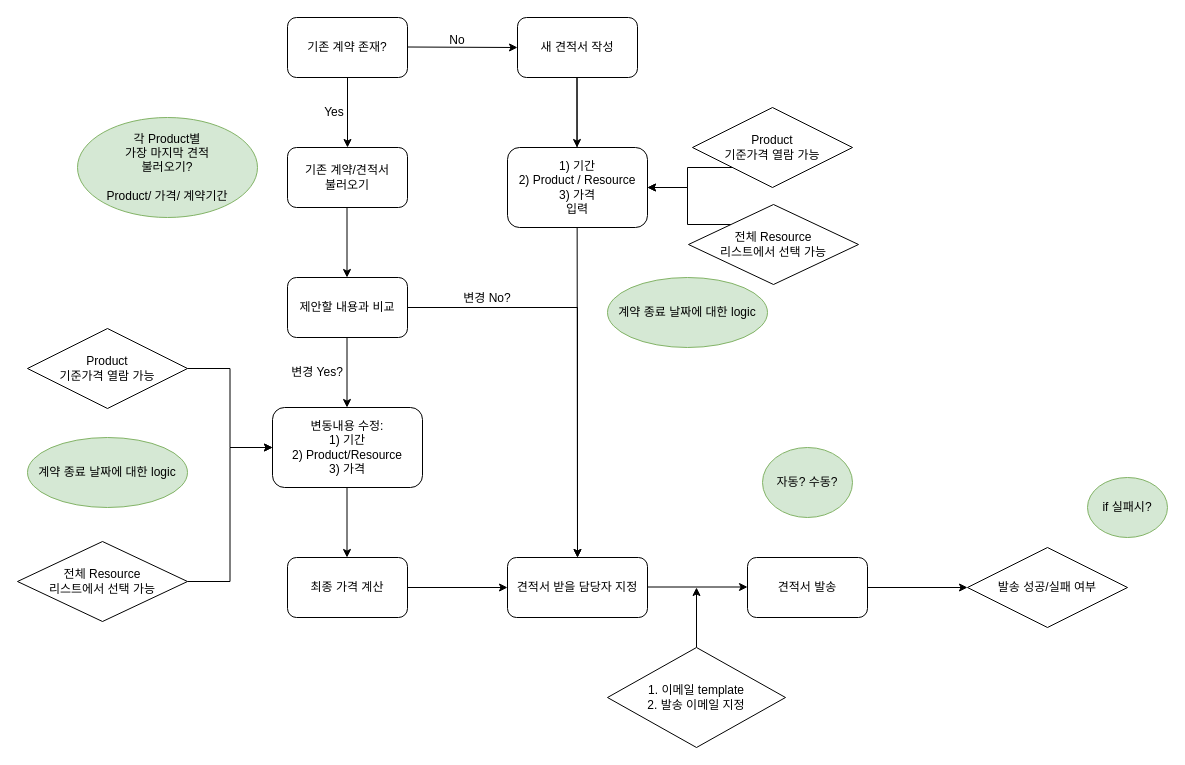
Earlier version of the draw.io diagram page "견적서_process" (7 of 7) of cknet 오브젝트 및 프로세스.drawio (cknet-saleforce/newyork). Source tidied: cells renumbered, new cells numbered last; positions are measured from the earlier drawing's top-left corner, leaving out a move shared by most shapes. Both pictures are drawn from the tidied source at 100%, with x=0, y=0 at pixel (17, 17).
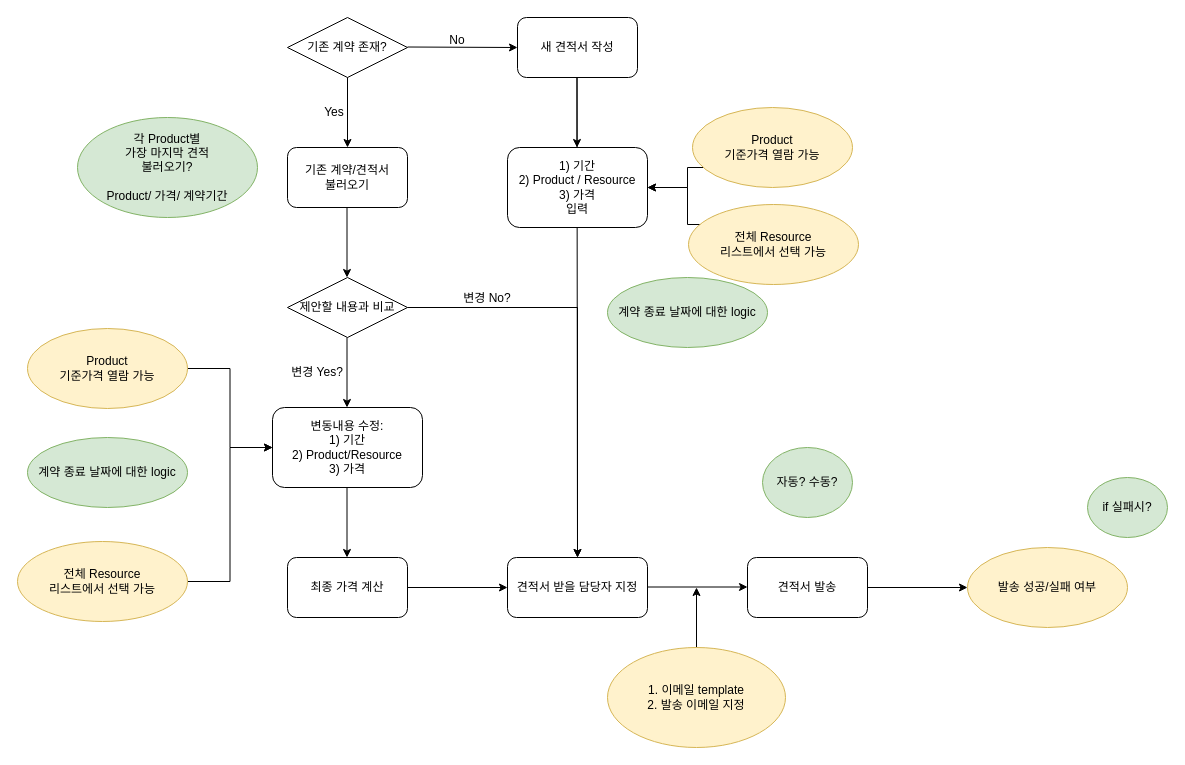
The same page after the edit.

Commit message:
순서도 style 수정

Diff of the diagram source:
```diff
@@
-    <mxCell id="2" value="기존 계약 존재?" style="rounded=1;whiteSpace=wrap;html=1;" parent="1" vertex="1">
+    <mxCell id="2" value="기존 계약 존재?" style="rhombus;whiteSpace=wrap;html=1;" parent="1" vertex="1">
       <mxGeometry x="270" width="120" height="60" as="geometry" />
     </mxCell>
@@
-    <mxCell id="4" value="제안할 내용과 비교" style="rounded=1;whiteSpace=wrap;html=1;" parent="1" vertex="1">
+    <mxCell id="4" value="제안할 내용과 비교" style="rhombus;whiteSpace=wrap;html=1;" parent="1" vertex="1">
       <mxGeometry x="270" y="260" width="120" height="60" as="geometry" />
     </mxCell>
@@
-    <mxCell id="28" value="Product&lt;br&gt;기준가격 열람 가능" style="rhombus;whiteSpace=wrap;html=1;" parent="1" vertex="1">
+    <mxCell id="28" value="Product&lt;br&gt;기준가격 열람 가능" style="ellipse;whiteSpace=wrap;html=1;fillColor=#fff2cc;strokeColor=#d6b656;" parent="1" vertex="1">
       <mxGeometry x="10" y="311" width="160" height="80" as="geometry" />
     </mxCell>
@@
-    <mxCell id="30" value="전체 Resource&lt;br&gt;리스트에서 선택 가능" style="rhombus;whiteSpace=wrap;html=1;" parent="1" vertex="1">
+    <mxCell id="30" value="전체 Resource&lt;br&gt;리스트에서 선택 가능" style="ellipse;whiteSpace=wrap;html=1;fillColor=#fff2cc;strokeColor=#d6b656;" parent="1" vertex="1">
       <mxGeometry y="524" width="170" height="80" as="geometry" />
     </mxCell>
@@
-    <mxCell id="32" value="1. 이메일 template&lt;br&gt;2. 발송 이메일 지정" style="rhombus;whiteSpace=wrap;html=1;" parent="1" vertex="1">
+    <mxCell id="32" value="1. 이메일 template&lt;br&gt;2. 발송 이메일 지정" style="ellipse;whiteSpace=wrap;html=1;fillColor=#fff2cc;strokeColor=#d6b656;" parent="1" vertex="1">
       <mxGeometry x="590" y="630" width="178" height="100" as="geometry" />
     </mxCell>
-    <mxCell id="33" value="발송 성공/실패 여부" style="rhombus;whiteSpace=wrap;html=1;" parent="1" vertex="1">
+    <mxCell id="33" value="발송 성공/실패 여부" style="ellipse;whiteSpace=wrap;html=1;fillColor=#fff2cc;strokeColor=#d6b656;" parent="1" vertex="1">
       <mxGeometry x="950" y="530" width="160" height="80" as="geometry" />
     </mxCell>
@@
-    <mxCell id="39" value="Product&lt;br&gt;기준가격 열람 가능" style="rhombus;whiteSpace=wrap;html=1;" parent="1" vertex="1">
+    <mxCell id="39" value="Product&lt;br&gt;기준가격 열람 가능" style="ellipse;whiteSpace=wrap;html=1;fillColor=#fff2cc;strokeColor=#d6b656;" parent="1" vertex="1">
       <mxGeometry x="675" y="90" width="160" height="80" as="geometry" />
     </mxCell>
@@
-    <mxCell id="41" value="전체 Resource&lt;br&gt;리스트에서 선택 가능" style="rhombus;whiteSpace=wrap;html=1;" parent="1" vertex="1">
+    <mxCell id="41" value="전체 Resource&lt;br&gt;리스트에서 선택 가능" style="ellipse;whiteSpace=wrap;html=1;fillColor=#fff2cc;strokeColor=#d6b656;" parent="1" vertex="1">
       <mxGeometry x="671" y="187" width="170" height="80" as="geometry" />
     </mxCell>
```
